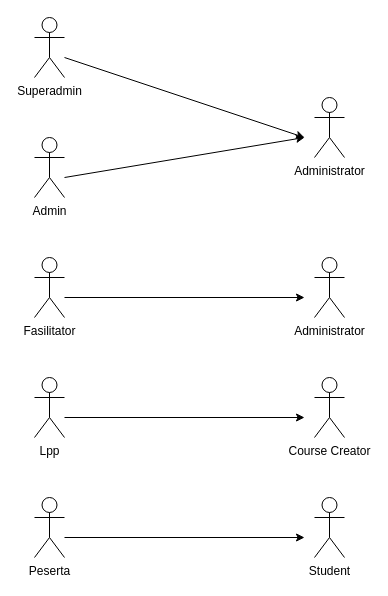
This is Mapping-PPSDM-to-Moodle.drawio from nmfzone/Learning, a draw.io file, before an edit. Source tidied: cells renumbered, new cells numbered last; positions are measured from the earlier drawing's top-left corner, leaving out a move shared by most shapes. Both pictures are drawn from the tidied source at 100%, with x=0, y=0 at pixel (34, 17).
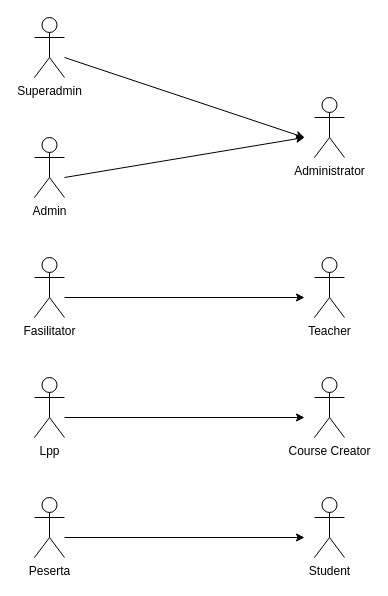
The same diagram, later.

Change to the diagram source:
```diff
@@
-    <mxCell id="7" value="Administrator" style="shape=umlActor;verticalLabelPosition=bottom;labelBackgroundColor=#ffffff;verticalAlign=top;html=1;" parent="1" vertex="1">
+    <mxCell id="7" value="Teacher" style="shape=umlActor;verticalLabelPosition=bottom;labelBackgroundColor=#ffffff;verticalAlign=top;html=1;" parent="1" vertex="1">
       <mxGeometry x="280" y="240" width="30" height="60" as="geometry" />
     </mxCell>
```
